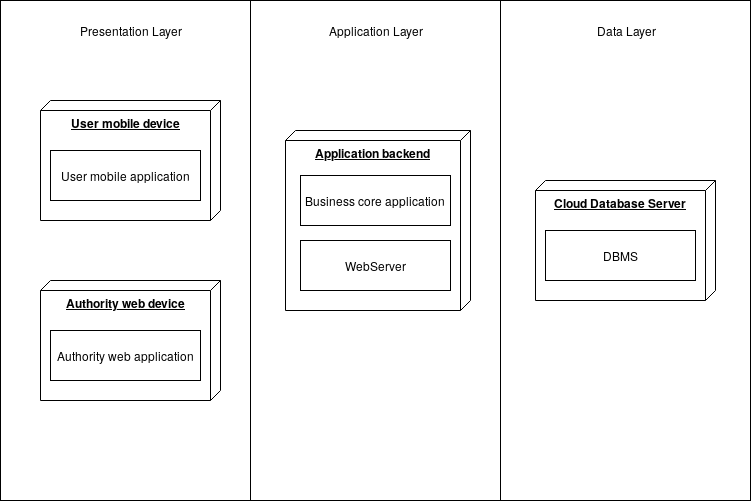
Earlier version of the draw.io export DD/Images/UML_diagrams/overview_diagram.png (LukeKan/SW2_Project). Source tidied: cells renumbered, new cells last; positions are measured from the earlier drawing's top-left corner, leaving out a move shared by most shapes. Source of this version:
```xml
<mxGraphModel background="#ffffff">
  <root>
    <mxCell id="0" />
    <mxCell id="1" parent="0" />
    <mxCell id="2" style="html=1;" parent="1" vertex="1">
      <mxGeometry x="500" width="250" height="500" as="geometry" />
    </mxCell>
    <mxCell id="3" style="html=1;" parent="1" vertex="1">
      <mxGeometry x="250" width="250" height="500" as="geometry" />
    </mxCell>
    <mxCell id="4" style="html=1;" parent="1" vertex="1">
      <mxGeometry width="250" height="500" as="geometry" />
    </mxCell>
    <mxCell id="5" value="&lt;div align=&quot;center&quot;&gt;&lt;b&gt;User mobile device&lt;br&gt;&lt;/b&gt;&lt;/div&gt;" style="verticalAlign=top;align=center;spacingTop=8;spacingLeft=2;spacingRight=12;shape=cube;size=10;direction=south;fontStyle=4;html=1;" parent="1" vertex="1">
      <mxGeometry x="40" y="100" width="180" height="120" as="geometry" />
    </mxCell>
    <mxCell id="6" value="&lt;div align=&quot;center&quot;&gt;&lt;b&gt;Authority web device&lt;br&gt;&lt;/b&gt;&lt;/div&gt;" style="verticalAlign=top;align=center;spacingTop=8;spacingLeft=2;spacingRight=12;shape=cube;size=10;direction=south;fontStyle=4;html=1;" parent="1" vertex="1">
      <mxGeometry x="40" y="280" width="180" height="120" as="geometry" />
    </mxCell>
    <mxCell id="7" value="Authority web application" style="html=1;" parent="1" vertex="1">
      <mxGeometry x="50" y="330" width="150" height="50" as="geometry" />
    </mxCell>
    <mxCell id="8" value="User mobile application" style="html=1;" parent="1" vertex="1">
      <mxGeometry x="50" y="150" width="150" height="50" as="geometry" />
    </mxCell>
    <mxCell id="9" value="Presentation Layer" style="text;html=1;strokeColor=none;fillColor=none;align=center;verticalAlign=middle;whiteSpace=wrap;rounded=0;" parent="1" vertex="1">
      <mxGeometry x="75" y="20" width="110" height="20" as="geometry" />
    </mxCell>
    <mxCell id="10" value="&lt;b&gt;Application backend&lt;/b&gt;" style="verticalAlign=top;align=center;spacingTop=8;spacingLeft=2;spacingRight=12;shape=cube;size=10;direction=south;fontStyle=4;html=1;" parent="1" vertex="1">
      <mxGeometry x="285" y="130" width="185" height="180" as="geometry" />
    </mxCell>
    <mxCell id="11" value="Application Layer" style="text;html=1;strokeColor=none;fillColor=none;align=center;verticalAlign=middle;whiteSpace=wrap;rounded=0;" parent="1" vertex="1">
      <mxGeometry x="320" y="20" width="110" height="20" as="geometry" />
    </mxCell>
    <mxCell id="12" value="Business core application" style="html=1;" parent="1" vertex="1">
      <mxGeometry x="300" y="175" width="150" height="50" as="geometry" />
    </mxCell>
    <mxCell id="13" value="WebServer" style="html=1;" parent="1" vertex="1">
      <mxGeometry x="300" y="240" width="150" height="50" as="geometry" />
    </mxCell>
    <mxCell id="14" value="Data Layer" style="text;html=1;strokeColor=none;fillColor=none;align=center;verticalAlign=middle;whiteSpace=wrap;rounded=0;" parent="1" vertex="1">
      <mxGeometry x="570" y="20" width="110" height="20" as="geometry" />
    </mxCell>
    <mxCell id="15" value="&lt;b&gt;Cloud Database Server&lt;br&gt;&lt;/b&gt;" style="verticalAlign=top;align=center;spacingTop=8;spacingLeft=2;spacingRight=12;shape=cube;size=10;direction=south;fontStyle=4;html=1;" parent="1" vertex="1">
      <mxGeometry x="535" y="180" width="180" height="120" as="geometry" />
    </mxCell>
    <mxCell id="16" value="DBMS" style="html=1;" parent="1" vertex="1">
      <mxGeometry x="545" y="230" width="150" height="50" as="geometry" />
    </mxCell>
  </root>
</mxGraphModel>
```
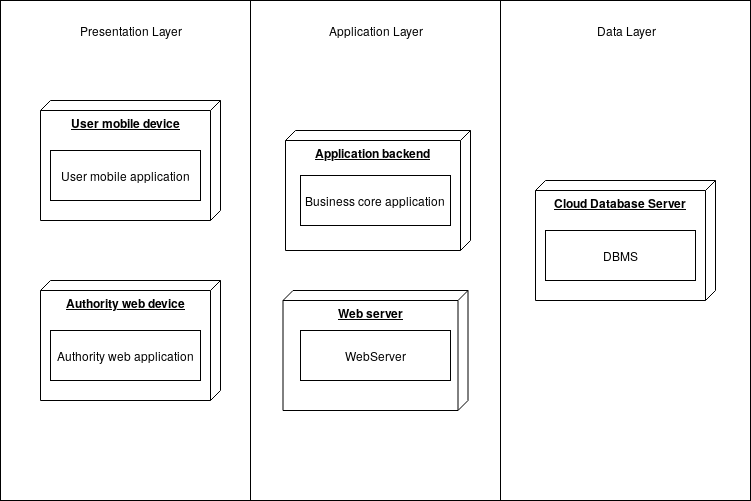
The same file after the commit.

Change to the diagram source:
```diff
@@ -27,7 +27,7 @@
       <mxGeometry x="75" y="20" width="110" height="20" as="geometry" />
     </mxCell>
     <mxCell id="10" value="&lt;b&gt;Application backend&lt;/b&gt;" style="verticalAlign=top;align=center;spacingTop=8;spacingLeft=2;spacingRight=12;shape=cube;size=10;direction=south;fontStyle=4;html=1;" parent="1" vertex="1">
-      <mxGeometry x="285" y="130" width="185" height="180" as="geometry" />
+      <mxGeometry x="285" y="130" width="185" height="120" as="geometry" />
     </mxCell>
     <mxCell id="11" value="Application Layer" style="text;html=1;strokeColor=none;fillColor=none;align=center;verticalAlign=middle;whiteSpace=wrap;rounded=0;" parent="1" vertex="1">
       <mxGeometry x="320" y="20" width="110" height="20" as="geometry" />
@@ -35,9 +35,6 @@
     <mxCell id="12" value="Business core application" style="html=1;" parent="1" vertex="1">
       <mxGeometry x="300" y="175" width="150" height="50" as="geometry" />
     </mxCell>
-    <mxCell id="13" value="WebServer" style="html=1;" parent="1" vertex="1">
-      <mxGeometry x="300" y="240" width="150" height="50" as="geometry" />
-    </mxCell>
     <mxCell id="14" value="Data Layer" style="text;html=1;strokeColor=none;fillColor=none;align=center;verticalAlign=middle;whiteSpace=wrap;rounded=0;" parent="1" vertex="1">
       <mxGeometry x="570" y="20" width="110" height="20" as="geometry" />
     </mxCell>
@@ -47,5 +44,11 @@
     <mxCell id="16" value="DBMS" style="html=1;" parent="1" vertex="1">
       <mxGeometry x="545" y="230" width="150" height="50" as="geometry" />
     </mxCell>
+    <mxCell id="17" value="&lt;b&gt;Web server&lt;br&gt;&lt;/b&gt;" style="verticalAlign=top;align=center;spacingTop=8;spacingLeft=2;spacingRight=12;shape=cube;size=10;direction=south;fontStyle=4;html=1;" parent="1" vertex="1">
+      <mxGeometry x="282.5" y="290" width="185" height="120" as="geometry" />
+    </mxCell>
+    <mxCell id="13" value="WebServer" style="html=1;" parent="1" vertex="1">
+      <mxGeometry x="300" y="330" width="150" height="50" as="geometry" />
+    </mxCell>
   </root>
 </mxGraphModel>
```
